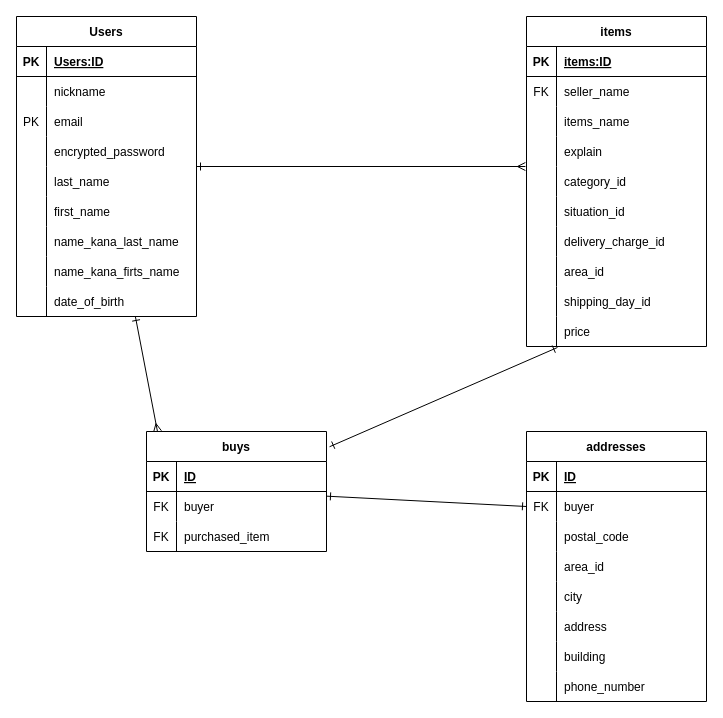
Above: ER図.dio in hiro1425/furima-40311 (draw.io), before the change. Source tidied: cells renumbered, new cells numbered last; positions are measured from the earlier drawing's top-left corner, leaving out a move shared by most shapes. Both pictures are drawn from the tidied source at 100%, with x=0, y=0 at pixel (16, 16).
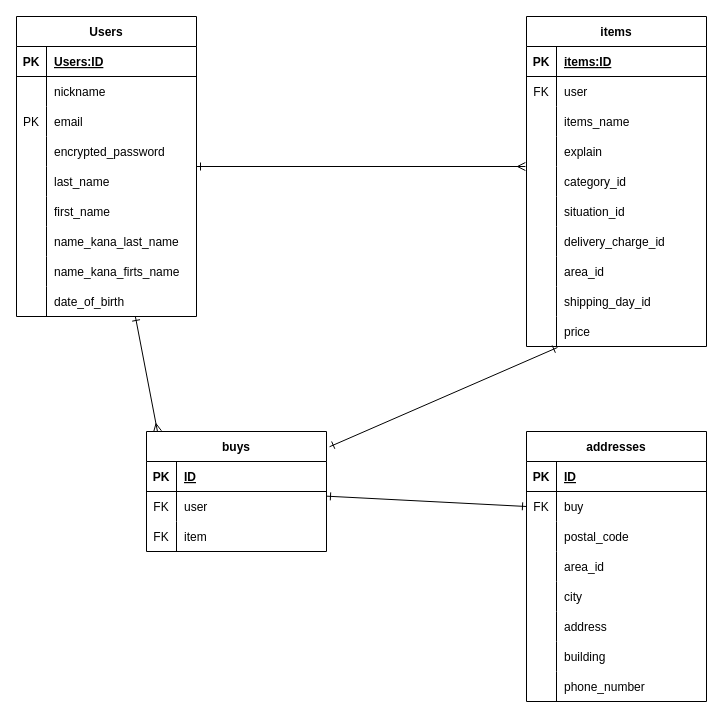
The same diagram, later.

Commit message (it also covers changes not shown here):
DB設計.再々修正版

Unchanged cells that the change refers to:
```xml
<mxCell id="7" style="shape=tableRow;horizontal=0;startSize=0;swimlaneHead=0;swimlaneBody=0;fillColor=none;top=0;left=0;right=0;bottom=0;" parent="3" vertex="1">
  <mxGeometry y="60" width="180" height="30" as="geometry" />
</mxCell>
<mxCell id="69" style="shape=tableRow;horizontal=0;startSize=0;swimlaneHead=0;swimlaneBody=0;fillColor=none;top=0;left=0;right=0;bottom=0;" parent="65" vertex="1">
  <mxGeometry y="60" width="180" height="30" as="geometry" />
</mxCell>
<mxCell id="72" style="shape=tableRow;horizontal=0;startSize=0;swimlaneHead=0;swimlaneBody=0;fillColor=none;top=0;left=0;right=0;bottom=0;" parent="65" vertex="1">
  <mxGeometry y="90" width="180" height="30" as="geometry" />
</mxCell>
<mxCell id="79" style="shape=tableRow;horizontal=0;startSize=0;swimlaneHead=0;swimlaneBody=0;fillColor=none;points=[[0,0.5],[1,0.5]];portConstraint=eastwest;top=0;left=0;right=0;bottom=0;" parent="75" vertex="1">
  <mxGeometry y="60" width="180" height="30" as="geometry" />
</mxCell>
```

What changed in the source:
```diff
@@
-    <mxCell id="9" value="seller_name" style="shape=partialRectangle;fillColor=none;top=0;left=0;bottom=0;right=0;align=left;spacingLeft=6;overflow=hidden;" parent="7" vertex="1">
+    <mxCell id="9" value="user" style="shape=partialRectangle;fillColor=none;top=0;left=0;bottom=0;right=0;align=left;spacingLeft=6;overflow=hidden;" parent="7" vertex="1">
       <mxGeometry x="30" width="150" height="30" as="geometry" />
     </mxCell>
@@
-    <mxCell id="71" value="buyer" style="shape=partialRectangle;fillColor=none;top=0;left=0;bottom=0;right=0;align=left;spacingLeft=6;overflow=hidden;" parent="69" vertex="1">
+    <mxCell id="71" value="user" style="shape=partialRectangle;fillColor=none;top=0;left=0;bottom=0;right=0;align=left;spacingLeft=6;overflow=hidden;" parent="69" vertex="1">
       <mxGeometry x="30" width="150" height="30" as="geometry" />
     </mxCell>
@@
-    <mxCell id="74" value="purchased_item" style="shape=partialRectangle;fillColor=none;top=0;left=0;bottom=0;right=0;align=left;spacingLeft=6;overflow=hidden;" parent="72" vertex="1">
+    <mxCell id="74" value="item" style="shape=partialRectangle;fillColor=none;top=0;left=0;bottom=0;right=0;align=left;spacingLeft=6;overflow=hidden;" parent="72" vertex="1">
       <mxGeometry x="30" width="150" height="30" as="geometry" />
     </mxCell>
@@
-    <mxCell id="81" value="buyer" style="shape=partialRectangle;fillColor=none;top=0;left=0;bottom=0;right=0;align=left;spacingLeft=6;overflow=hidden;" parent="79" vertex="1">
+    <mxCell id="81" value="buy" style="shape=partialRectangle;fillColor=none;top=0;left=0;bottom=0;right=0;align=left;spacingLeft=6;overflow=hidden;" parent="79" vertex="1">
       <mxGeometry x="30" width="150" height="30" as="geometry" />
     </mxCell>
```
